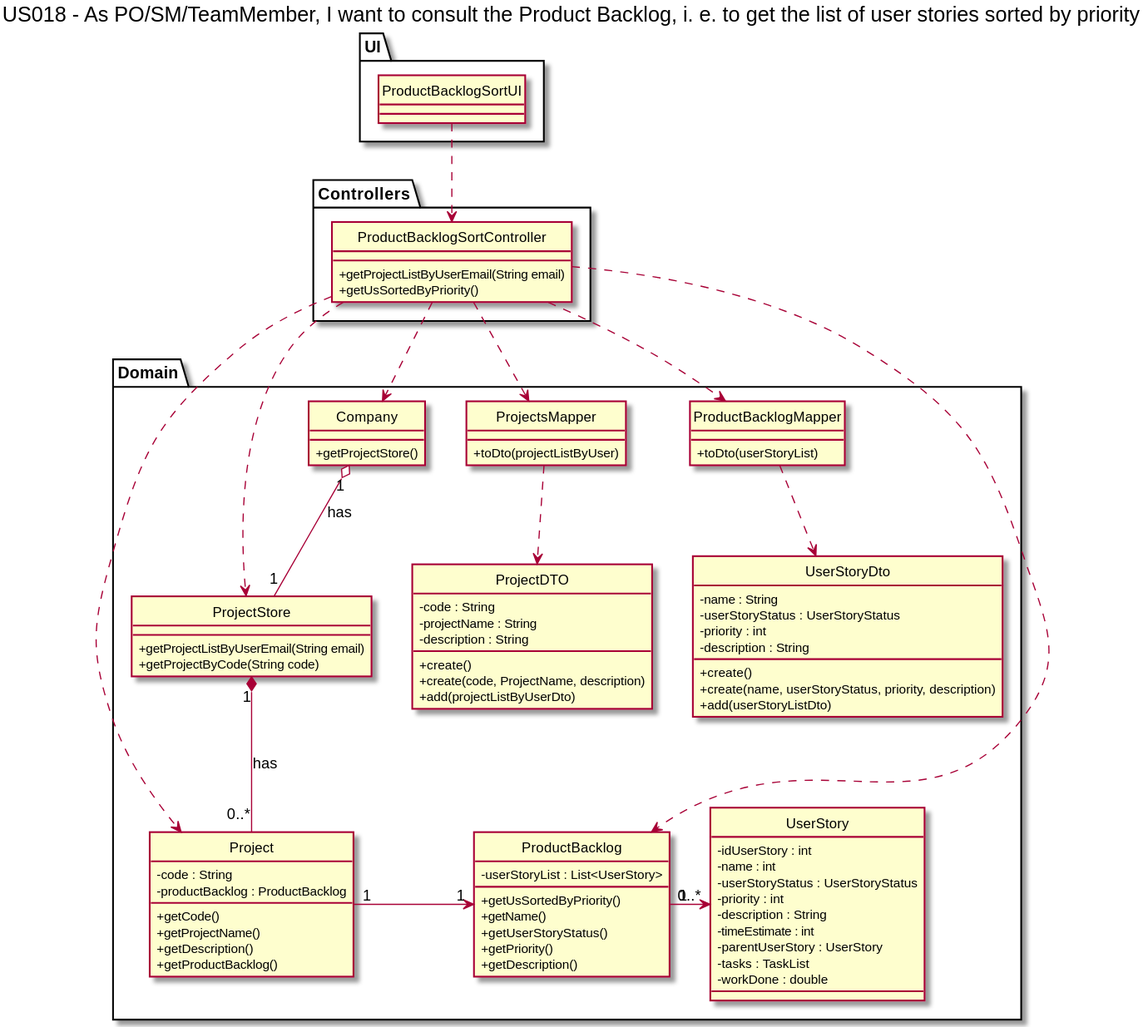
nunogon1211787/projectManagement keeps this PlantUML diagram as docs/Sprint2/US018/US18-CD.svg. Above is the earlier version.
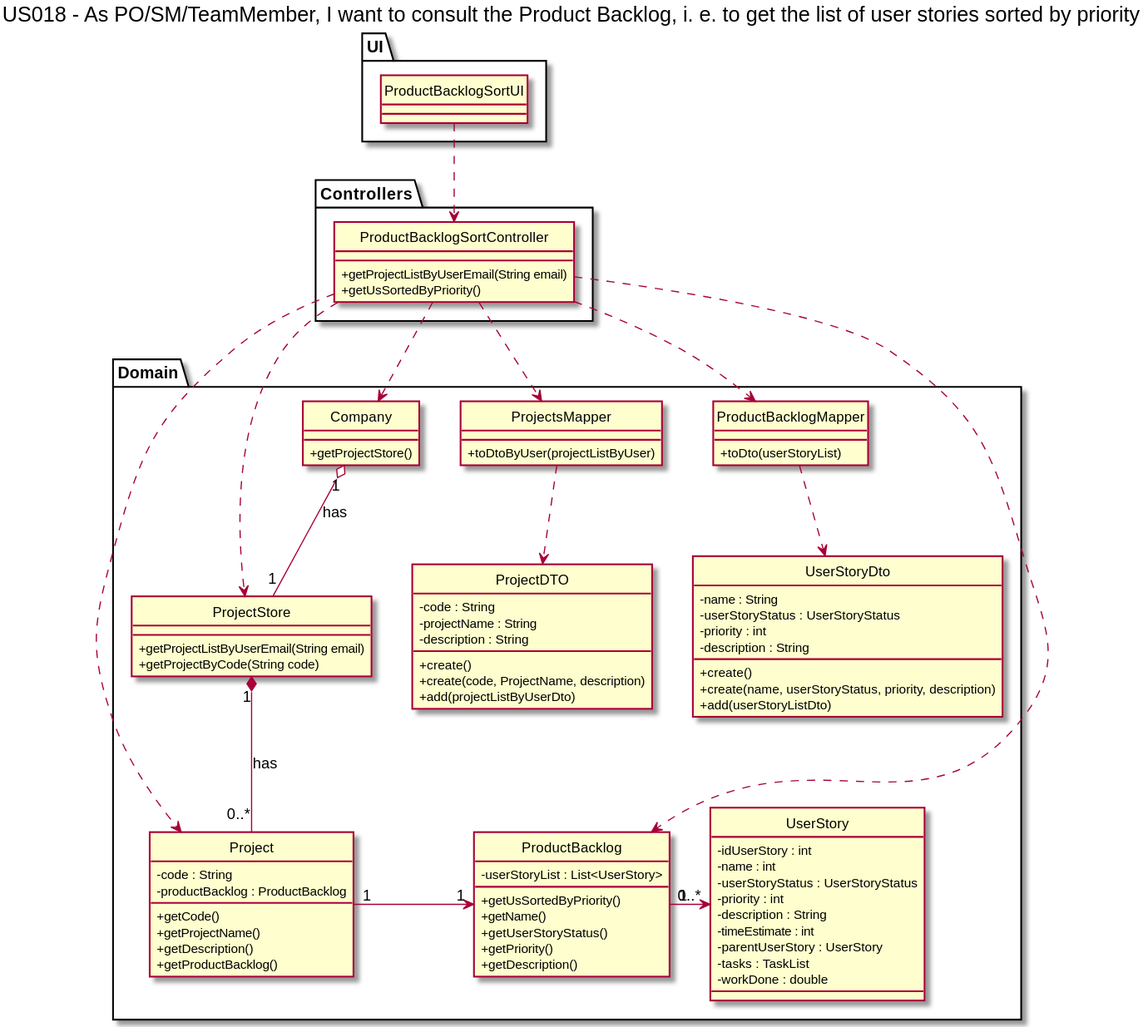
The same file after the commit.

What changed in the source:
```diff
@@ -57,7 +57,7 @@
 }
 
 class ProjectsMapper {
-+toDto(projectListByUser)
++toDtoByUser(projectListByUser)
 }
 
 class ProductBacklogMapper{
```
